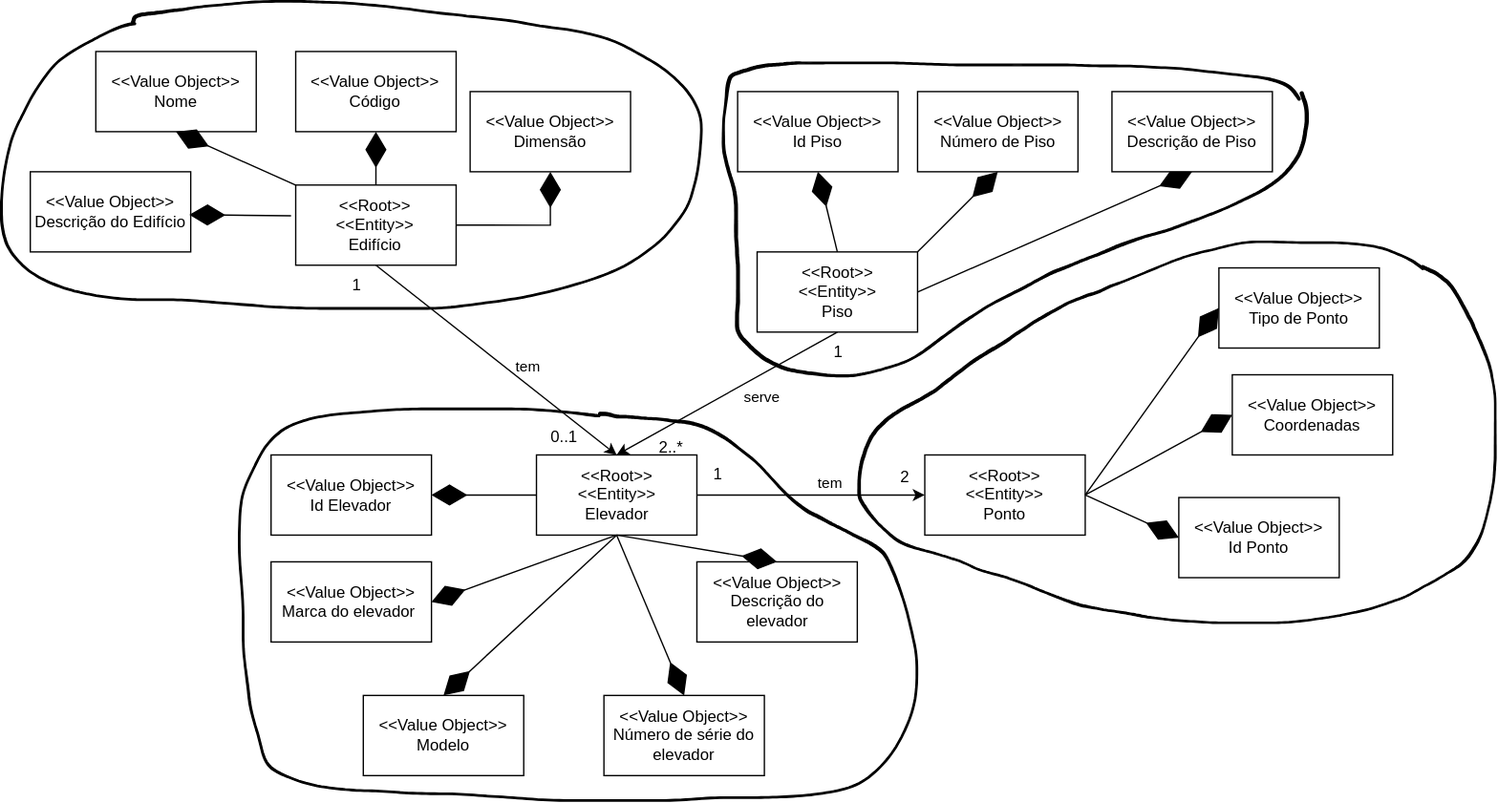
Above: docs/Sprint_A/US_270/DM/DM.svg in SEM5PI2324G58/sem5pi_g58_23_24 (draw.io), before the change. Source tidied: cells renumbered, new cells last; positions are measured from the earlier drawing's top-left corner, leaving out a move shared by most shapes. The source it was exported from:
```xml
<mxGraphModel>
  <root>
    <mxCell id="0" />
    <mxCell id="1" parent="0" />
    <mxCell id="2" value="&amp;lt;&amp;lt;Root&amp;gt;&amp;gt;&lt;br&gt;&amp;lt;&amp;lt;Entity&amp;gt;&amp;gt;&lt;br&gt;Ponto" style="rounded=0;whiteSpace=wrap;html=1;" parent="1" vertex="1">
      <mxGeometry x="691" y="340" width="120" height="60" as="geometry" />
    </mxCell>
    <mxCell id="3" value="&amp;lt;&amp;lt;Value Object&amp;gt;&amp;gt;&lt;br&gt;Coordenadas" style="rounded=0;whiteSpace=wrap;html=1;" parent="1" vertex="1">
      <mxGeometry x="921" y="280" width="120" height="60" as="geometry" />
    </mxCell>
    <mxCell id="4" value="&amp;lt;&amp;lt;Root&amp;gt;&amp;gt;&lt;br&gt;&amp;lt;&amp;lt;Entity&amp;gt;&amp;gt;&lt;br&gt;Edifício" style="rounded=0;whiteSpace=wrap;html=1;" parent="1" vertex="1">
      <mxGeometry x="220.4" y="138" width="120" height="60" as="geometry" />
    </mxCell>
    <mxCell id="5" value="&amp;lt;&amp;lt;Value Object&amp;gt;&amp;gt;&lt;br style=&quot;border-color: var(--border-color);&quot;&gt;Tipo de Ponto" style="rounded=0;whiteSpace=wrap;html=1;" parent="1" vertex="1">
      <mxGeometry x="911" y="200" width="120" height="60" as="geometry" />
    </mxCell>
    <mxCell id="6" value="1" style="text;html=1;align=center;verticalAlign=middle;strokeColor=none;fillColor=none;" parent="1" vertex="1">
      <mxGeometry x="250.9" y="198" width="30" height="30" as="geometry" />
    </mxCell>
    <mxCell id="7" value="0..1" style="text;html=1;align=center;verticalAlign=middle;strokeColor=none;fillColor=none;" parent="1" vertex="1">
      <mxGeometry x="400.5" y="311.9" width="40" height="30" as="geometry" />
    </mxCell>
    <mxCell id="8" style="endArrow=diamondThin;endFill=1;endSize=24;html=1;rounded=0;exitX=1;exitY=0.5;exitDx=0;exitDy=0;entryX=0;entryY=0.5;entryDx=0;entryDy=0;" parent="1" edge="1" source="2" target="3">
      <mxGeometry relative="1" as="geometry" />
    </mxCell>
    <mxCell id="9" style="endArrow=diamondThin;endFill=1;endSize=24;html=1;rounded=0;exitX=1;exitY=0.5;exitDx=0;exitDy=0;entryX=0;entryY=0.5;entryDx=0;entryDy=0;" parent="1" edge="1" source="2" target="5">
      <mxGeometry relative="1" as="geometry" />
    </mxCell>
    <mxCell id="10" value="&amp;lt;&amp;lt;Root&amp;gt;&amp;gt;&lt;br&gt;&amp;lt;&amp;lt;Entity&amp;gt;&amp;gt;&lt;br&gt;Elevador" style="rounded=0;whiteSpace=wrap;html=1;" parent="1" vertex="1">
      <mxGeometry x="400.5" y="340" width="120" height="60" as="geometry" />
    </mxCell>
    <mxCell id="11" style="endArrow=classic;html=1;rounded=0;entryX=0.5;entryY=0;entryDx=0;entryDy=0;exitX=0.5;exitY=1;exitDx=0;exitDy=0;" parent="1" edge="1" source="4" target="10">
      <mxGeometry relative="1" as="geometry" />
    </mxCell>
    <mxCell id="12" value="tem" style="edgeLabel;html=1;align=center;verticalAlign=middle;labelBackgroundColor=none;" parent="11" vertex="1">
      <mxGeometry x="-0.09" y="2" relative="1" as="geometry">
        <mxPoint x="29" y="12" as="offset" />
      </mxGeometry>
    </mxCell>
    <mxCell id="13" value="&amp;lt;&amp;lt;Value Object&amp;gt;&amp;gt;&lt;br style=&quot;border-color: var(--border-color);&quot;&gt;Descrição do Edifício" style="rounded=0;whiteSpace=wrap;html=1;" parent="1" vertex="1">
      <mxGeometry x="21.9" y="128.1" width="120" height="60" as="geometry" />
    </mxCell>
    <mxCell id="14" style="endArrow=diamondThin;endFill=1;endSize=24;html=1;rounded=0;exitX=-0.029;exitY=0.384;exitDx=0;exitDy=0;entryX=0.992;entryY=0.536;entryDx=0;entryDy=0;exitPerimeter=0;entryPerimeter=0;" parent="1" edge="1" source="4" target="13">
      <mxGeometry relative="1" as="geometry" />
    </mxCell>
    <mxCell id="15" value="&amp;lt;&amp;lt;Value Object&amp;gt;&amp;gt;&lt;br style=&quot;border-color: var(--border-color);&quot;&gt;Id Elevador" style="rounded=0;whiteSpace=wrap;html=1;" parent="1" vertex="1">
      <mxGeometry x="202" y="340" width="120" height="60" as="geometry" />
    </mxCell>
    <mxCell id="16" style="endArrow=diamondThin;endFill=1;endSize=24;html=1;rounded=0;exitX=0;exitY=0.5;exitDx=0;exitDy=0;entryX=1;entryY=0.5;entryDx=0;entryDy=0;" parent="1" edge="1" source="10" target="15">
      <mxGeometry relative="1" as="geometry" />
    </mxCell>
    <mxCell id="17" value="&amp;lt;&amp;lt;Value Object&amp;gt;&amp;gt;&lt;br style=&quot;border-color: var(--border-color);&quot;&gt;Id Ponto" style="rounded=0;whiteSpace=wrap;html=1;" parent="1" vertex="1">
      <mxGeometry x="881" y="371.9" width="120" height="60" as="geometry" />
    </mxCell>
    <mxCell id="18" style="shape=(stored shape, 13532 characters);lineShape=1;" parent="1" vertex="1">
      <mxGeometry x="641" y="180" width="477.3" height="286.1" as="geometry" />
    </mxCell>
    <mxCell id="19" value="&amp;lt;&amp;lt;Value Object&amp;gt;&amp;gt;&lt;br style=&quot;border-color: var(--border-color);&quot;&gt;Nome" style="rounded=0;whiteSpace=wrap;html=1;" parent="1" vertex="1">
      <mxGeometry x="70.9" y="38.1" width="120" height="60" as="geometry" />
    </mxCell>
    <mxCell id="20" style="endArrow=diamondThin;endFill=1;endSize=24;html=1;rounded=0;entryX=0.5;entryY=1;entryDx=0;entryDy=0;exitX=0;exitY=0;exitDx=0;exitDy=0;" parent="1" edge="1" source="4" target="19">
      <mxGeometry relative="1" as="geometry" />
    </mxCell>
    <mxCell id="21" value="&amp;lt;&amp;lt;Value Object&amp;gt;&amp;gt;&lt;br style=&quot;border-color: var(--border-color);&quot;&gt;Código" style="rounded=0;whiteSpace=wrap;html=1;" parent="1" vertex="1">
      <mxGeometry x="220.4" y="38.1" width="120" height="60" as="geometry" />
    </mxCell>
    <mxCell id="22" style="endArrow=diamondThin;endFill=1;endSize=24;html=1;rounded=0;entryX=0.5;entryY=1;entryDx=0;entryDy=0;exitX=0.5;exitY=0;exitDx=0;exitDy=0;" parent="1" edge="1" source="4" target="21">
      <mxGeometry relative="1" as="geometry" />
    </mxCell>
    <mxCell id="23" value="&amp;lt;&amp;lt;Value Object&amp;gt;&amp;gt;&lt;br style=&quot;border-color: var(--border-color);&quot;&gt;Dimensão" style="rounded=0;whiteSpace=wrap;html=1;" parent="1" vertex="1">
      <mxGeometry x="350.9" y="68.1" width="120" height="60" as="geometry" />
    </mxCell>
    <mxCell id="24" style="endArrow=diamondThin;endFill=1;endSize=24;html=1;rounded=0;entryX=0.5;entryY=1;entryDx=0;entryDy=0;exitX=1;exitY=0.5;exitDx=0;exitDy=0;" parent="1" edge="1" source="4" target="23">
      <mxGeometry relative="1" as="geometry">
        <Array as="points">
          <mxPoint x="410.9" y="168.1" />
        </Array>
      </mxGeometry>
    </mxCell>
    <mxCell id="25" style="endArrow=classic;html=1;rounded=0;entryX=0;entryY=0.5;entryDx=0;entryDy=0;exitX=1;exitY=0.5;exitDx=0;exitDy=0;" parent="1" edge="1" source="10" target="2">
      <mxGeometry relative="1" as="geometry" />
    </mxCell>
    <mxCell id="26" value="tem" style="edgeLabel;html=1;align=center;verticalAlign=middle;labelBackgroundColor=none;" parent="25" vertex="1">
      <mxGeometry x="0.12" y="1" relative="1" as="geometry">
        <mxPoint x="4" y="-9" as="offset" />
      </mxGeometry>
    </mxCell>
    <mxCell id="27" value="2" style="text;html=1;align=center;verticalAlign=middle;strokeColor=none;fillColor=none;" parent="1" vertex="1">
      <mxGeometry x="661" y="341.9" width="30" height="30" as="geometry" />
    </mxCell>
    <mxCell id="28" style="endArrow=diamondThin;endFill=1;endSize=24;html=1;rounded=0;entryX=0;entryY=0.5;entryDx=0;entryDy=0;" parent="1" edge="1" target="17">
      <mxGeometry relative="1" as="geometry">
        <mxPoint x="811" y="370" as="sourcePoint" />
      </mxGeometry>
    </mxCell>
    <mxCell id="29" value="1" style="text;html=1;align=center;verticalAlign=middle;strokeColor=none;fillColor=none;" parent="1" vertex="1">
      <mxGeometry x="520.5" y="340" width="30" height="30" as="geometry" />
    </mxCell>
    <mxCell id="30" style="shape=(stored shape, 9168 characters);lineShape=1;" parent="1" vertex="1">
      <mxGeometry x="-0.4" width="524.8" height="230.8" as="geometry" />
    </mxCell>
    <mxCell id="31" value="&amp;lt;&amp;lt;Value Object&amp;gt;&amp;gt;&lt;br style=&quot;border-color: var(--border-color);&quot;&gt;Marca do elevador&amp;nbsp;" style="rounded=0;whiteSpace=wrap;html=1;" parent="1" vertex="1">
      <mxGeometry x="202" y="420" width="120" height="60" as="geometry" />
    </mxCell>
    <mxCell id="32" value="&amp;lt;&amp;lt;Value Object&amp;gt;&amp;gt;&lt;br style=&quot;border-color: var(--border-color);&quot;&gt;Descrição do elevador" style="rounded=0;whiteSpace=wrap;html=1;" parent="1" vertex="1">
      <mxGeometry x="520.5" y="420" width="120" height="60" as="geometry" />
    </mxCell>
    <mxCell id="33" value="&amp;lt;&amp;lt;Value Object&amp;gt;&amp;gt;&lt;br style=&quot;border-color: var(--border-color);&quot;&gt;Modelo" style="rounded=0;whiteSpace=wrap;html=1;" parent="1" vertex="1">
      <mxGeometry x="271" y="520" width="120" height="60" as="geometry" />
    </mxCell>
    <mxCell id="34" value="&amp;lt;&amp;lt;Value Object&amp;gt;&amp;gt;&lt;br style=&quot;border-color: var(--border-color);&quot;&gt;Número de série do elevador" style="rounded=0;whiteSpace=wrap;html=1;" parent="1" vertex="1">
      <mxGeometry x="451" y="520" width="120" height="60" as="geometry" />
    </mxCell>
    <mxCell id="35" style="endArrow=diamondThin;endFill=1;endSize=24;html=1;rounded=0;exitX=0.5;exitY=1;exitDx=0;exitDy=0;entryX=1;entryY=0.5;entryDx=0;entryDy=0;" parent="1" edge="1" source="10" target="31">
      <mxGeometry relative="1" as="geometry" />
    </mxCell>
    <mxCell id="36" style="endArrow=diamondThin;endFill=1;endSize=24;html=1;rounded=0;exitX=0.5;exitY=1;exitDx=0;exitDy=0;entryX=0.5;entryY=0;entryDx=0;entryDy=0;" parent="1" edge="1" source="10" target="33">
      <mxGeometry relative="1" as="geometry" />
    </mxCell>
    <mxCell id="37" style="endArrow=diamondThin;endFill=1;endSize=24;html=1;rounded=0;exitX=0.5;exitY=1;exitDx=0;exitDy=0;entryX=0.5;entryY=0;entryDx=0;entryDy=0;" parent="1" edge="1" source="10" target="34">
      <mxGeometry relative="1" as="geometry" />
    </mxCell>
    <mxCell id="38" style="endArrow=diamondThin;endFill=1;endSize=24;html=1;rounded=0;exitX=0.5;exitY=1;exitDx=0;exitDy=0;entryX=0.5;entryY=0;entryDx=0;entryDy=0;" parent="1" edge="1" source="10" target="32">
      <mxGeometry relative="1" as="geometry" />
    </mxCell>
    <mxCell id="39" style="shape=(stored shape, 10332 characters);lineShape=1;" parent="1" vertex="1">
      <mxGeometry x="177.7" y="305" width="507.9" height="294.1" as="geometry" />
    </mxCell>
    <mxCell id="40" value="&amp;lt;&amp;lt;Root&amp;gt;&amp;gt;&lt;br&gt;&amp;lt;&amp;lt;Entity&amp;gt;&amp;gt;&lt;br&gt;Piso" style="rounded=0;whiteSpace=wrap;html=1;" parent="1" vertex="1">
      <mxGeometry x="565.6" y="188.1" width="120" height="60" as="geometry" />
    </mxCell>
    <mxCell id="41" value="&amp;lt;&amp;lt;Value Object&amp;gt;&amp;gt;&lt;br style=&quot;border-color: var(--border-color);&quot;&gt;Id Piso" style="rounded=0;whiteSpace=wrap;html=1;" parent="1" vertex="1">
      <mxGeometry x="551" y="68.1" width="120" height="60" as="geometry" />
    </mxCell>
    <mxCell id="42" style="endArrow=diamondThin;endFill=1;endSize=24;html=1;rounded=0;exitX=0.5;exitY=0;exitDx=0;exitDy=0;entryX=0.5;entryY=1;entryDx=0;entryDy=0;" parent="1" edge="1" source="40" target="41">
      <mxGeometry relative="1" as="geometry" />
    </mxCell>
    <mxCell id="43" style="endArrow=diamondThin;endFill=1;endSize=24;html=1;rounded=0;entryX=0.5;entryY=1;entryDx=0;entryDy=0;exitX=1;exitY=0.5;exitDx=0;exitDy=0;" parent="1" edge="1" source="40" target="44">
      <mxGeometry relative="1" as="geometry" />
    </mxCell>
    <mxCell id="44" value="&amp;lt;&amp;lt;Value Object&amp;gt;&amp;gt;&lt;br style=&quot;border-color: var(--border-color);&quot;&gt;Descrição de Piso" style="rounded=0;whiteSpace=wrap;html=1;" parent="1" vertex="1">
      <mxGeometry x="831" y="68.1" width="120" height="60" as="geometry" />
    </mxCell>
    <mxCell id="45" value="&amp;lt;&amp;lt;Value Object&amp;gt;&amp;gt;&lt;br style=&quot;border-color: var(--border-color);&quot;&gt;Número de Piso" style="rounded=0;whiteSpace=wrap;html=1;" parent="1" vertex="1">
      <mxGeometry x="685.6" y="68.1" width="120" height="60" as="geometry" />
    </mxCell>
    <mxCell id="46" style="endArrow=diamondThin;endFill=1;endSize=24;html=1;rounded=0;exitX=1;exitY=0;exitDx=0;exitDy=0;entryX=0.5;entryY=1;entryDx=0;entryDy=0;" parent="1" edge="1" source="40" target="45">
      <mxGeometry relative="1" as="geometry" />
    </mxCell>
    <mxCell id="47" style="endArrow=classic;html=1;rounded=0;entryX=0.5;entryY=0;entryDx=0;entryDy=0;exitX=0.5;exitY=1;exitDx=0;exitDy=0;" parent="1" edge="1" source="40" target="10">
      <mxGeometry relative="1" as="geometry" />
    </mxCell>
    <mxCell id="48" value="serve" style="edgeLabel;html=1;align=center;verticalAlign=middle;labelBackgroundColor=none;" parent="47" vertex="1">
      <mxGeometry x="-0.07" y="1" relative="1" as="geometry">
        <mxPoint x="19" y="5" as="offset" />
      </mxGeometry>
    </mxCell>
    <mxCell id="49" value="1" style="text;html=1;align=center;verticalAlign=middle;strokeColor=none;fillColor=none;" parent="1" vertex="1">
      <mxGeometry x="611" y="248.1" width="30" height="30" as="geometry" />
    </mxCell>
    <mxCell id="50" value="2..*" style="text;html=1;align=center;verticalAlign=middle;strokeColor=none;fillColor=none;" parent="1" vertex="1">
      <mxGeometry x="480.5" y="320" width="40" height="30" as="geometry" />
    </mxCell>
    <mxCell id="51" style="shape=(stored shape, 11312 characters);lineShape=1;" parent="1" vertex="1">
      <mxGeometry x="539.6" y="46" width="438.2" height="235.5" as="geometry" />
    </mxCell>
  </root>
</mxGraphModel>
```
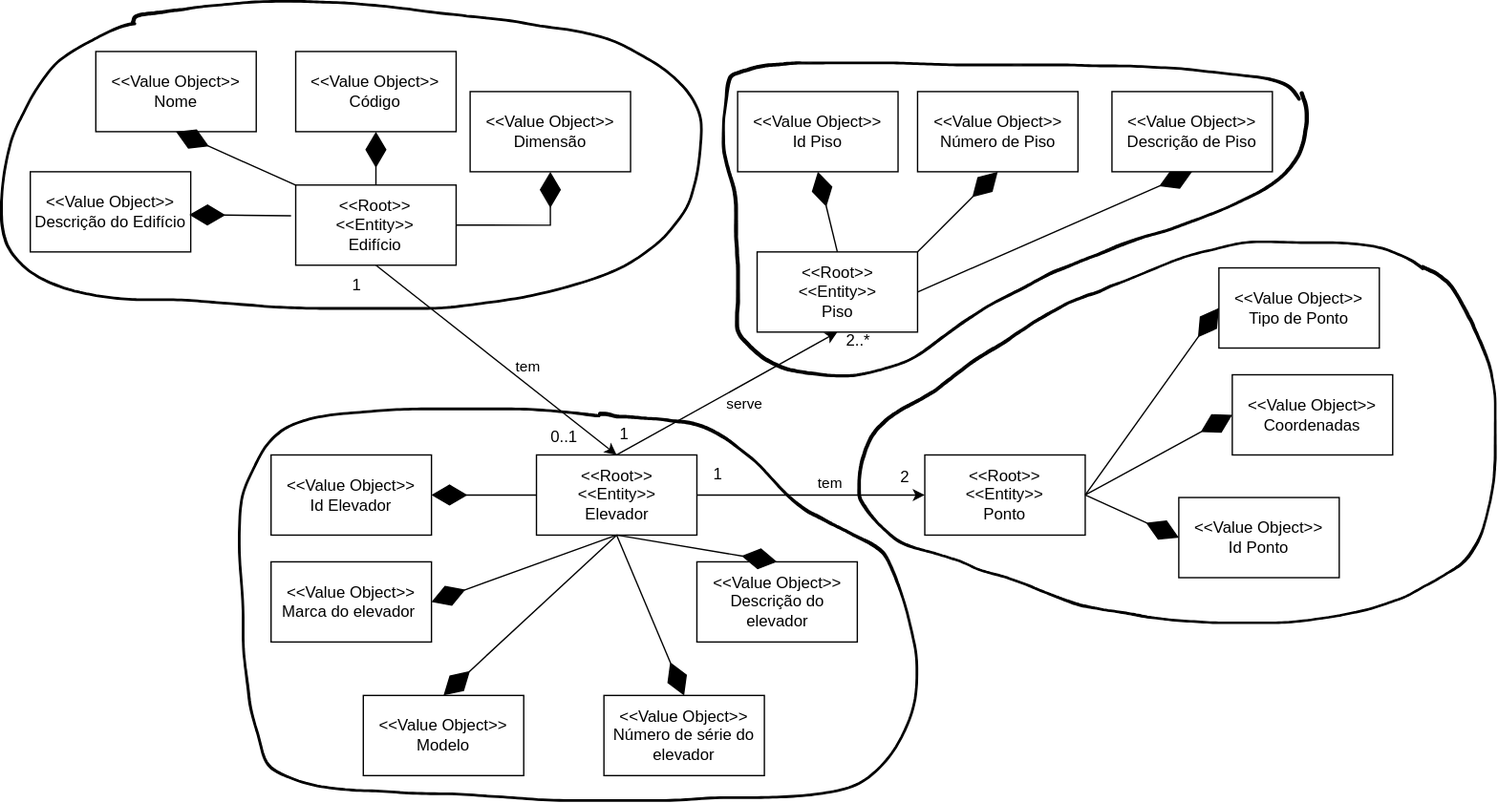
The same file after the commit.

Commit message:
[US_207] Inversão de relação entre piso e elevador no DM

Diff of the diagram source:
```diff
@@ -147,7 +147,7 @@
     <mxCell id="46" style="endArrow=diamondThin;endFill=1;endSize=24;html=1;rounded=0;exitX=1;exitY=0;exitDx=0;exitDy=0;entryX=0.5;entryY=1;entryDx=0;entryDy=0;" parent="1" edge="1" source="40" target="45">
       <mxGeometry relative="1" as="geometry" />
     </mxCell>
-    <mxCell id="47" style="endArrow=classic;html=1;rounded=0;entryX=0.5;entryY=0;entryDx=0;entryDy=0;exitX=0.5;exitY=1;exitDx=0;exitDy=0;" parent="1" edge="1" source="40" target="10">
+    <mxCell id="47" style="endArrow=classic;html=1;rounded=0;entryX=0.5;entryY=1;entryDx=0;entryDy=0;exitX=0.5;exitY=0;exitDx=0;exitDy=0;" parent="1" edge="1" source="10" target="40">
       <mxGeometry relative="1" as="geometry" />
     </mxCell>
     <mxCell id="48" value="serve" style="edgeLabel;html=1;align=center;verticalAlign=middle;labelBackgroundColor=none;" parent="47" vertex="1">
@@ -156,10 +156,10 @@
       </mxGeometry>
     </mxCell>
     <mxCell id="49" value="1" style="text;html=1;align=center;verticalAlign=middle;strokeColor=none;fillColor=none;" parent="1" vertex="1">
-      <mxGeometry x="611" y="248.1" width="30" height="30" as="geometry" />
+      <mxGeometry x="451" y="310" width="30" height="30" as="geometry" />
     </mxCell>
     <mxCell id="50" value="2..*" style="text;html=1;align=center;verticalAlign=middle;strokeColor=none;fillColor=none;" parent="1" vertex="1">
-      <mxGeometry x="480.5" y="320" width="40" height="30" as="geometry" />
+      <mxGeometry x="621" y="240" width="40" height="30" as="geometry" />
     </mxCell>
     <mxCell id="51" style="shape=(stored shape, 11312 characters);lineShape=1;" parent="1" vertex="1">
       <mxGeometry x="539.6" y="46" width="438.2" height="235.5" as="geometry" />
```
